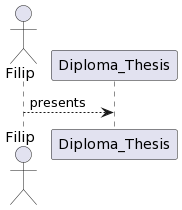
Before: output.png, a diagram exported from PlantUML (Zaikner/DiplomovaPraca). The source it was exported from:
```plantuml
@startuml
actor Filip
participant Diploma_Thesis
Filip --> Diploma_Thesis: presents
@enduml
```
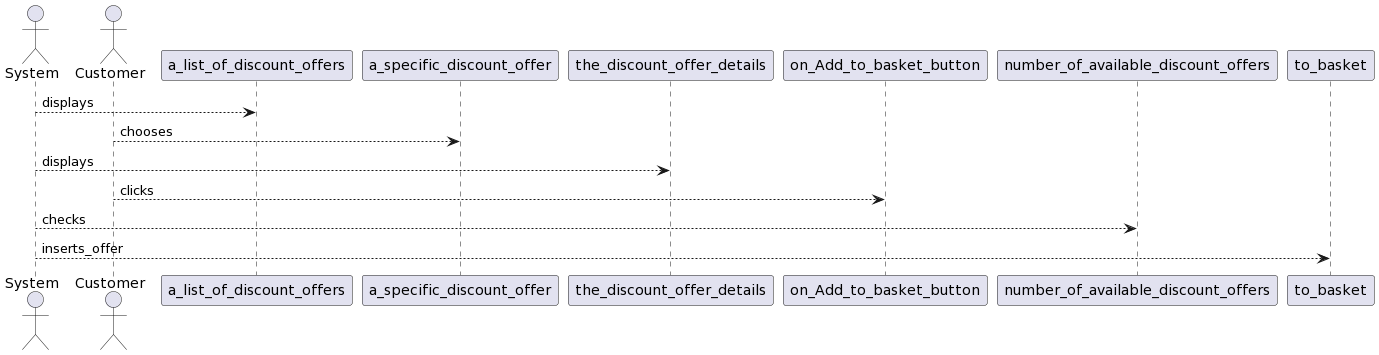
The same diagram one commit later.

The edit, as a diff of the source:
```diff
@@ -1,5 +1,16 @@
 @startuml
-actor Filip
-participant Diploma_Thesis
-Filip --> Diploma_Thesis: presents
+actor System
+actor Customer
+participant a_list_of_discount_offers
+System --> a_list_of_discount_offers: displays
+participant a_specific_discount_offer
+Customer --> a_specific_discount_offer: chooses
+participant the_discount_offer_details
+System --> the_discount_offer_details: displays
+participant on_Add_to_basket_button
+Customer --> on_Add_to_basket_button: clicks
+participant number_of_available_discount_offers
+System --> number_of_available_discount_offers: checks
+participant to_basket
+System --> to_basket: inserts_offer
 @enduml
```
